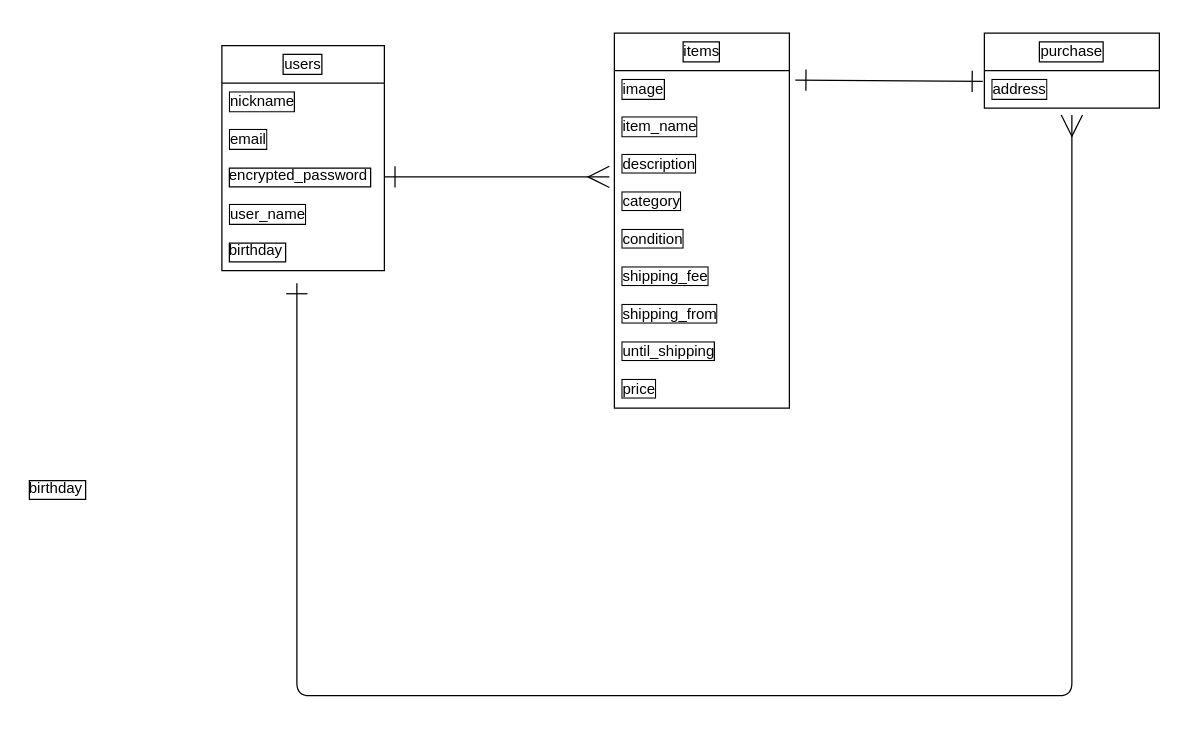
This is ER.dio from mayachacha/furima-39670, a draw.io file, before an edit. Source tidied: cells renumbered, new cells numbered last; positions are measured from the earlier drawing's top-left corner, leaving out a move shared by most shapes. Both pictures are drawn from the tidied source at 125%, with x=0, y=0 at pixel (21, 32).
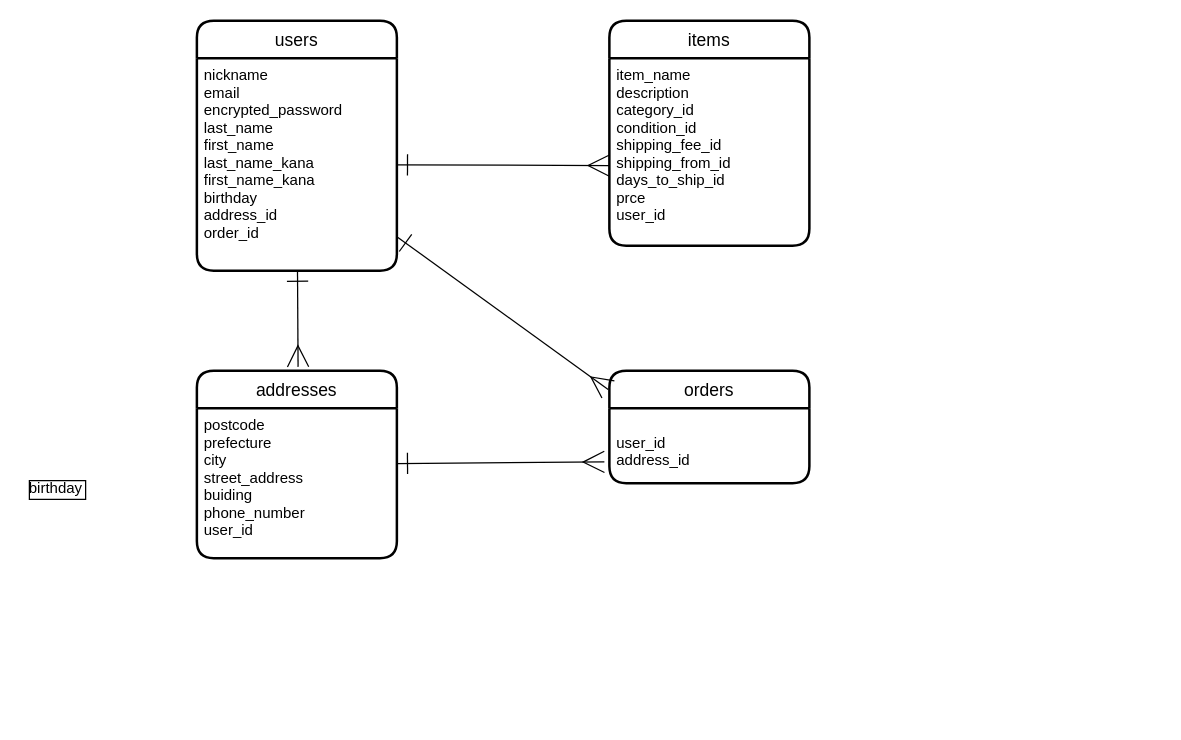
After the change.

Commit message (it also covers changes not shown here):
データベース設計　二回目

Change to the diagram source:
```diff
@@
+    <mxCell id="20" value="birthday" style="text;strokeColor=none;fillColor=none;spacingLeft=4;spacingRight=4;overflow=hidden;fontSize=12;labelBorderColor=default;" parent="1" vertex="1">
+      <mxGeometry y="350" width="140" height="30" as="geometry" />
+    </mxCell>
+    <mxCell id="14" value="users" style="swimlane;horizontal=1;startSize=30;rounded=1;fontSize=14;fontStyle=0;strokeWidth=2;shadow=0;dashed=0;align=center;" parent="1" vertex="1">
+      <mxGeometry x="140" y="-10" width="160" height="200" as="geometry" />
+    </mxCell>
+    <mxCell id="24" value="nickname&#10;email&#10;encrypted_password&#10;last_name&#10;first_name&#10;last_name_kana&#10;first_name_kana&#10;birthday&#10;address_id&#10;order_id" style="align=left;strokeColor=none;fillColor=none;spacingLeft=4;fontSize=12;verticalAlign=top;" parent="14" vertex="1">
+      <mxGeometry y="30" width="160" height="170" as="geometry" />
+    </mxCell>
+    <mxCell id="25" style="edgeStyle=none;html=1;entryX=-0.025;entryY=0.717;entryDx=0;entryDy=0;entryPerimeter=0;startArrow=ERone;startFill=0;endArrow=ERmany;endFill=0;startSize=15;endSize=15;" parent="1" edge="1" source="26" target="29">
+      <mxGeometry relative="1" as="geometry" />
+    </mxCell>
+    <mxCell id="26" value="addresses" style="swimlane;horizontal=1;startSize=30;rounded=1;fontSize=14;fontStyle=0;strokeWidth=2;shadow=0;dashed=0;align=center;" parent="1" vertex="1">
+      <mxGeometry x="140" y="270" width="160" height="150" as="geometry" />
+    </mxCell>
+    <mxCell id="27" value="postcode&#10;prefecture&#10;city&#10;street_address&#10;buiding&#10;phone_number&#10;user_id" style="align=left;strokeColor=none;fillColor=none;spacingLeft=4;fontSize=12;verticalAlign=top;" parent="26" vertex="1">
+      <mxGeometry y="30" width="160" height="120" as="geometry" />
+    </mxCell>
+    <mxCell id="28" value="orders" style="swimlane;horizontal=1;startSize=30;rounded=1;fontSize=14;fontStyle=0;strokeWidth=2;shadow=0;dashed=0;align=center;" parent="1" vertex="1">
+      <mxGeometry x="470" y="270" width="160" height="90" as="geometry" />
+    </mxCell>
+    <mxCell id="29" value="&#10;user_id&#10;address_id" style="align=left;strokeColor=none;fillColor=none;spacingLeft=4;fontSize=12;verticalAlign=top;" parent="28" vertex="1">
+      <mxGeometry y="30" width="160" height="60" as="geometry" />
+    </mxCell>
-    <mxCell id="2" value="items" style="swimlane;fontStyle=0;horizontal=1;startSize=30;whiteSpace=wrap;html=1;labelBorderColor=default;" parent="1" vertex="1">
-      <mxGeometry x="474" width="140" height="300" as="geometry" />
+    <mxCell id="2" value="items" style="swimlane;horizontal=1;startSize=30;rounded=1;fontSize=14;fontStyle=0;strokeWidth=2;shadow=0;dashed=0;align=center;" parent="1" vertex="1">
+      <mxGeometry x="470" y="-10" width="160" height="180" as="geometry" />
     </mxCell>
-    <mxCell id="3" value="image" style="text;strokeColor=none;fillColor=none;align=left;verticalAlign=middle;spacingLeft=4;spacingRight=4;overflow=hidden;points=[[0,0.5],[1,0.5]];portConstraint=eastwest;whiteSpace=wrap;html=1;labelBorderColor=default;" parent="2" vertex="1">
-      <mxGeometry y="30" width="140" height="30" as="geometry" />
-    </mxCell>
-    <mxCell id="4" value="item_name" style="text;strokeColor=none;fillColor=none;align=left;verticalAlign=middle;spacingLeft=4;spacingRight=4;overflow=hidden;whiteSpace=wrap;html=1;labelBorderColor=default;" parent="2" vertex="1">
-      <mxGeometry y="60" width="140" height="30" as="geometry" />
-    </mxCell>
-    <mxCell id="5" value="description" style="text;strokeColor=none;fillColor=none;spacingLeft=4;spacingRight=4;overflow=hidden;fontSize=12;labelBorderColor=default;html=1;" parent="2" vertex="1">
-      <mxGeometry y="90" width="140" height="30" as="geometry" />
-    </mxCell>
-    <mxCell id="6" value="category" style="text;strokeColor=none;fillColor=none;spacingLeft=4;spacingRight=4;overflow=hidden;fontSize=12;labelBorderColor=default;html=1;" parent="2" vertex="1">
-      <mxGeometry y="120" width="140" height="30" as="geometry" />
-    </mxCell>
-    <mxCell id="7" value="condition" style="text;strokeColor=none;fillColor=none;spacingLeft=4;spacingRight=4;overflow=hidden;fontSize=12;labelBorderColor=default;html=1;" parent="2" vertex="1">
-      <mxGeometry y="150" width="140" height="30" as="geometry" />
-    </mxCell>
-    <mxCell id="8" value="shipping_fee" style="text;strokeColor=none;fillColor=none;spacingLeft=4;spacingRight=4;overflow=hidden;fontSize=12;labelBorderColor=default;html=1;" parent="2" vertex="1">
-      <mxGeometry y="180" width="140" height="30" as="geometry" />
-    </mxCell>
-    <mxCell id="9" value="shipping_from" style="text;strokeColor=none;fillColor=none;spacingLeft=4;spacingRight=4;overflow=hidden;fontSize=12;labelBorderColor=default;html=1;" parent="2" vertex="1">
-      <mxGeometry y="210" width="140" height="30" as="geometry" />
-    </mxCell>
-    <mxCell id="10" value="until_shipping" style="text;strokeColor=none;fillColor=none;spacingLeft=4;spacingRight=4;overflow=hidden;fontSize=12;labelBorderColor=default;html=1;" parent="2" vertex="1">
-      <mxGeometry y="240" width="140" height="30" as="geometry" />
-    </mxCell>
-    <mxCell id="11" value="price" style="text;strokeColor=none;fillColor=none;spacingLeft=4;spacingRight=4;overflow=hidden;fontSize=12;labelBorderColor=default;html=1;" parent="2" vertex="1">
-      <mxGeometry y="270" width="140" height="30" as="geometry" />
-    </mxCell>
-    <mxCell id="12" value="purchase" style="swimlane;fontStyle=0;horizontal=1;startSize=30;whiteSpace=wrap;html=1;labelBorderColor=default;" parent="1" vertex="1">
-      <mxGeometry x="770" width="140" height="60" as="geometry" />
-    </mxCell>
-    <mxCell id="13" value="address" style="text;strokeColor=none;fillColor=none;align=left;verticalAlign=middle;spacingLeft=4;spacingRight=4;overflow=hidden;points=[[0,0.5],[1,0.5]];portConstraint=eastwest;whiteSpace=wrap;html=1;labelBorderColor=default;" parent="12" vertex="1">
-      <mxGeometry y="30" width="140" height="30" as="geometry" />
-    </mxCell>
-    <mxCell id="14" value="users" style="swimlane;fontStyle=0;horizontal=1;startSize=30;whiteSpace=wrap;html=1;labelBorderColor=default;strokeColor=default;" parent="1" vertex="1">
-      <mxGeometry x="160" y="10" width="130" height="180" as="geometry" />
-    </mxCell>
-    <mxCell id="15" value="nickname" style="text;strokeColor=none;fillColor=none;align=left;verticalAlign=middle;spacingLeft=4;spacingRight=4;overflow=hidden;labelBorderColor=default;html=1;whiteSpace=wrap;" parent="14" vertex="1">
-      <mxGeometry y="30" width="130" height="30" as="geometry" />
-    </mxCell>
-    <mxCell id="16" value="email" style="text;strokeColor=none;fillColor=none;align=left;verticalAlign=middle;spacingLeft=4;spacingRight=4;overflow=hidden;whiteSpace=wrap;html=1;labelBorderColor=default;" parent="14" vertex="1">
-      <mxGeometry y="60" width="130" height="30" as="geometry" />
-    </mxCell>
-    <mxCell id="17" value="encrypted_password" style="text;strokeColor=none;fillColor=none;spacingLeft=4;spacingRight=4;overflow=hidden;points=[[0,0.5],[1,0.5]];portConstraint=eastwest;fontSize=12;labelBorderColor=default;" parent="14" vertex="1">
-      <mxGeometry y="90" width="130" height="30" as="geometry" />
-    </mxCell>
-    <mxCell id="18" value="user_name" style="text;strokeColor=none;fillColor=none;align=left;verticalAlign=middle;spacingLeft=4;spacingRight=4;overflow=hidden;whiteSpace=wrap;html=1;labelBorderColor=default;" parent="14" vertex="1">
-      <mxGeometry y="120" width="130" height="30" as="geometry" />
-    </mxCell>
-    <mxCell id="19" value="birthday" style="text;strokeColor=none;fillColor=none;spacingLeft=4;spacingRight=4;overflow=hidden;fontSize=12;labelBorderColor=default;" parent="14" vertex="1">
-      <mxGeometry y="150" width="130" height="30" as="geometry" />
-    </mxCell>
-    <mxCell id="20" value="birthday" style="text;strokeColor=none;fillColor=none;spacingLeft=4;spacingRight=4;overflow=hidden;fontSize=12;labelBorderColor=default;" parent="1" vertex="1">
-      <mxGeometry y="350" width="140" height="30" as="geometry" />
-    </mxCell>
-    <mxCell id="21" style="edgeStyle=none;html=1;startArrow=ERone;startFill=0;endArrow=ERmany;endFill=0;endSize=15;startSize=15;" parent="1" edge="1" source="17">
-      <mxGeometry relative="1" as="geometry">
-        <mxPoint x="470" y="115" as="targetPoint" />
-      </mxGeometry>
-    </mxCell>
-    <mxCell id="22" style="edgeStyle=orthogonalEdgeStyle;html=1;startArrow=ERone;startFill=0;endArrow=ERmany;endFill=0;endSize=15;startSize=15;entryX=0.5;entryY=1.183;entryDx=0;entryDy=0;entryPerimeter=0;" parent="1" edge="1" target="13">
-      <mxGeometry relative="1" as="geometry">
-        <mxPoint x="220" y="200" as="sourcePoint" />
-        <Array as="points">
-          <mxPoint x="220" y="530" />
-          <mxPoint x="840" y="530" />
-        </Array>
-      </mxGeometry>
-    </mxCell>
-    <mxCell id="23" style="html=1;strokeColor=default;startArrow=ERone;startFill=0;endArrow=ERone;endFill=0;startSize=15;endSize=15;entryX=-0.009;entryY=0.289;entryDx=0;entryDy=0;entryPerimeter=0;exitX=1.034;exitY=0.252;exitDx=0;exitDy=0;exitPerimeter=0;" parent="1" edge="1" source="3" target="13">
-      <mxGeometry relative="1" as="geometry" />
-    </mxCell>
+    <mxCell id="30" value="item_name&#10;description&#10;category_id&#10;condition_id&#10;shipping_fee_id&#10;shipping_from_id&#10;days_to_ship_id&#10;prce&#10;user_id&#10;" style="align=left;strokeColor=none;fillColor=none;spacingLeft=4;fontSize=12;verticalAlign=top;" parent="2" vertex="1">
+      <mxGeometry y="30" width="160" height="150" as="geometry" />
+    </mxCell>
+    <mxCell id="31" style="edgeStyle=none;html=1;endArrow=ERmany;endFill=0;entryX=0;entryY=0.573;entryDx=0;entryDy=0;entryPerimeter=0;endSize=15;startSize=15;startArrow=ERone;startFill=0;" parent="1" edge="1" source="24" target="30">
+      <mxGeometry relative="1" as="geometry" />
+    </mxCell>
+    <mxCell id="32" style="edgeStyle=none;html=1;entryX=-0.006;entryY=0.167;entryDx=0;entryDy=0;entryPerimeter=0;startArrow=ERone;startFill=0;endArrow=ERmany;endFill=0;startSize=15;endSize=15;" parent="1" edge="1" source="24" target="28">
+      <mxGeometry relative="1" as="geometry" />
+    </mxCell>
+    <mxCell id="33" style="edgeStyle=none;html=1;startArrow=ERone;startFill=0;endArrow=ERmany;endFill=0;startSize=15;endSize=15;entryX=0.506;entryY=-0.02;entryDx=0;entryDy=0;entryPerimeter=0;" parent="1" edge="1" source="24" target="26">
+      <mxGeometry relative="1" as="geometry" />
+    </mxCell>
```
